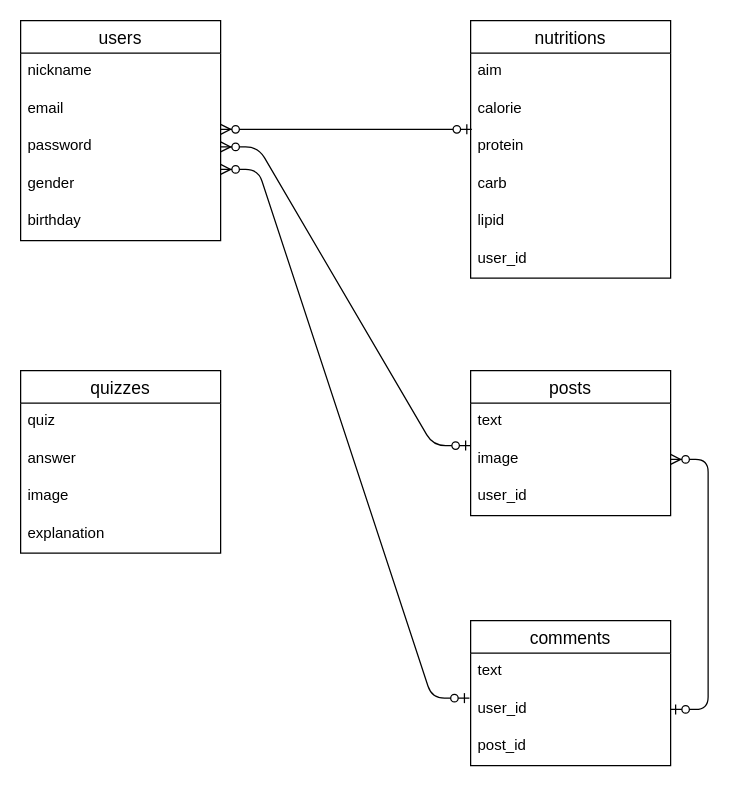
Before: ER.dio in kineeeecchi/original-37109, a draw.io diagram. Source tidied: cells renumbered, new cells numbered last; positions are measured from the earlier drawing's top-left corner, leaving out a move shared by most shapes. Both pictures are drawn from the tidied source at 125%, with x=0, y=0 at pixel (20, 20).
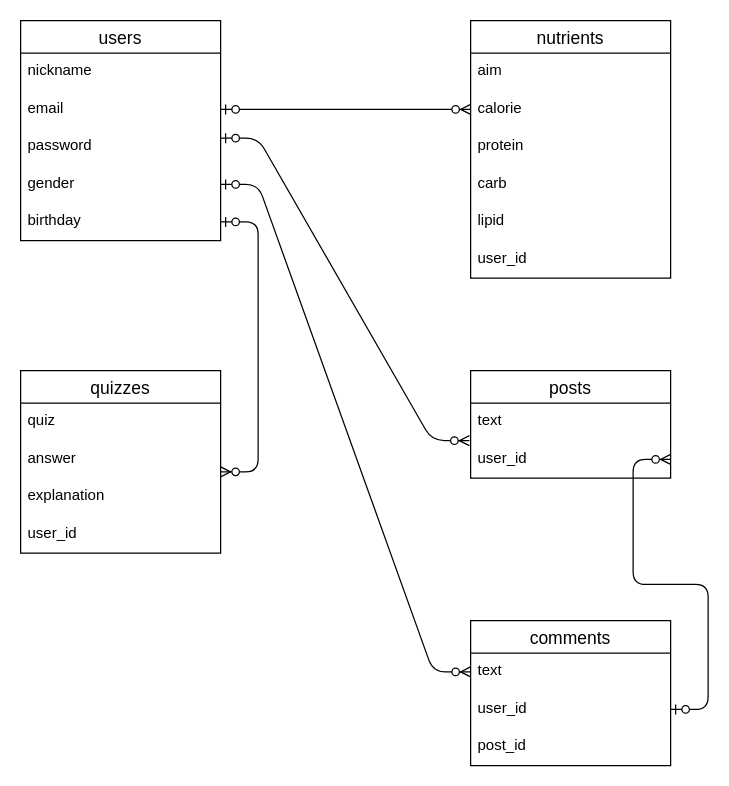
The same diagram, later.

Commit message (it also covers changes not shown here):
READMEの記述、ER図修正

Unchanged cells that the change refers to:
```xml
<mxCell id="4" value="calorie" style="text;strokeColor=none;fillColor=none;spacingLeft=4;spacingRight=4;overflow=hidden;points=[[0,0.5],[1,0.5]];portConstraint=eastwest;fontSize=12;" parent="2" vertex="1">
  <mxGeometry y="56" width="160" height="30" as="geometry" />
</mxCell>
<mxCell id="5" value="protein" style="text;strokeColor=none;fillColor=none;spacingLeft=4;spacingRight=4;overflow=hidden;points=[[0,0.5],[1,0.5]];portConstraint=eastwest;fontSize=12;" parent="2" vertex="1">
  <mxGeometry y="86" width="160" height="30" as="geometry" />
</mxCell>
<mxCell id="11" value="email" style="text;strokeColor=none;fillColor=none;spacingLeft=4;spacingRight=4;overflow=hidden;points=[[0,0.5],[1,0.5]];portConstraint=eastwest;fontSize=12;" parent="9" vertex="1">
  <mxGeometry y="56" width="160" height="30" as="geometry" />
</mxCell>
<mxCell id="12" value="password" style="text;strokeColor=none;fillColor=none;spacingLeft=4;spacingRight=4;overflow=hidden;points=[[0,0.5],[1,0.5]];portConstraint=eastwest;fontSize=12;" parent="9" vertex="1">
  <mxGeometry y="86" width="160" height="30" as="geometry" />
</mxCell>
<mxCell id="13" value="gender" style="text;strokeColor=none;fillColor=none;spacingLeft=4;spacingRight=4;overflow=hidden;points=[[0,0.5],[1,0.5]];portConstraint=eastwest;fontSize=12;" parent="9" vertex="1">
  <mxGeometry y="116" width="160" height="30" as="geometry" />
</mxCell>
<mxCell id="14" value="birthday" style="text;strokeColor=none;fillColor=none;spacingLeft=4;spacingRight=4;overflow=hidden;points=[[0,0.5],[1,0.5]];portConstraint=eastwest;fontSize=12;" parent="9" vertex="1">
  <mxGeometry y="146" width="160" height="30" as="geometry" />
</mxCell>
<mxCell id="15" value="quizzes" style="swimlane;fontStyle=0;horizontal=1;startSize=26;align=center;fontSize=14;" parent="1" vertex="1">
  <mxGeometry y="280" width="160" height="146" as="geometry" />
</mxCell>
<mxCell id="17" value="answer" style="text;strokeColor=none;fillColor=none;spacingLeft=4;spacingRight=4;overflow=hidden;points=[[0,0.5],[1,0.5]];portConstraint=eastwest;fontSize=12;" parent="15" vertex="1">
  <mxGeometry y="56" width="160" height="30" as="geometry" />
</mxCell>
<mxCell id="25" value="text" style="text;strokeColor=none;fillColor=none;spacingLeft=4;spacingRight=4;overflow=hidden;points=[[0,0.5],[1,0.5]];portConstraint=eastwest;fontSize=12;" parent="24" vertex="1">
  <mxGeometry y="26" width="160" height="30" as="geometry" />
</mxCell>
<mxCell id="26" value="user_id" style="text;strokeColor=none;fillColor=none;spacingLeft=4;spacingRight=4;overflow=hidden;points=[[0,0.5],[1,0.5]];portConstraint=eastwest;fontSize=12;" parent="24" vertex="1">
  <mxGeometry y="56" width="160" height="30" as="geometry" />
</mxCell>
```

The edit, as a diff of the source:
```diff
@@
-    <mxCell id="2" value="nutritions" style="swimlane;fontStyle=0;horizontal=1;startSize=26;align=center;fontSize=14;" parent="1" vertex="1">
+    <mxCell id="2" value="nutrients" style="swimlane;fontStyle=0;horizontal=1;startSize=26;align=center;fontSize=14;" parent="1" vertex="1">
       <mxGeometry x="360" width="160" height="206" as="geometry" />
     </mxCell>
@@
-    <mxCell id="18" value="image" style="text;strokeColor=none;fillColor=none;spacingLeft=4;spacingRight=4;overflow=hidden;fontSize=12;" parent="15" vertex="1">
-      <mxGeometry y="86" width="160" height="30" as="geometry" />
-    </mxCell>
     <mxCell id="19" value="explanation" style="text;strokeColor=none;fillColor=none;spacingLeft=4;spacingRight=4;overflow=hidden;fontSize=12;" parent="15" vertex="1">
-      <mxGeometry y="116" width="160" height="30" as="geometry" />
+      <mxGeometry y="86" width="160" height="30" as="geometry" />
     </mxCell>
+    <mxCell id="32" value="user_id" style="text;strokeColor=none;fillColor=none;spacingLeft=4;spacingRight=4;overflow=hidden;fontSize=12;" parent="15" vertex="1">
+      <mxGeometry y="116" width="160" height="30" as="geometry" />
+    </mxCell>
     <mxCell id="20" value="posts" style="swimlane;fontStyle=0;horizontal=1;startSize=26;align=center;fontSize=14;" parent="1" vertex="1">
-      <mxGeometry x="360" y="280" width="160" height="116" as="geometry" />
+      <mxGeometry x="360" y="280" width="160" height="86" as="geometry" />
     </mxCell>
@@
-    <mxCell id="22" value="image" style="text;strokeColor=none;fillColor=none;spacingLeft=4;spacingRight=4;overflow=hidden;points=[[0,0.5],[1,0.5]];portConstraint=eastwest;fontSize=12;" parent="20" vertex="1">
-      <mxGeometry y="56" width="160" height="30" as="geometry" />
-    </mxCell>
     <mxCell id="23" value="user_id" style="text;strokeColor=none;fillColor=none;spacingLeft=4;spacingRight=4;overflow=hidden;fontSize=12;" parent="20" vertex="1">
-      <mxGeometry y="86" width="160" height="30" as="geometry" />
+      <mxGeometry y="56" width="160" height="30" as="geometry" />
     </mxCell>
@@
-    <mxCell id="28" style="edgeStyle=entityRelationEdgeStyle;fontSize=12;html=1;endArrow=ERzeroToMany;startArrow=ERzeroToOne;entryX=1;entryY=0.033;entryDx=0;entryDy=0;entryPerimeter=0;exitX=0.006;exitY=0.033;exitDx=0;exitDy=0;exitPerimeter=0;" parent="1" edge="1" source="5" target="12">
+    <mxCell id="28" style="edgeStyle=entityRelationEdgeStyle;fontSize=12;html=1;endArrow=ERzeroToMany;startArrow=ERzeroToOne;exitX=1;exitY=0.5;exitDx=0;exitDy=0;entryX=0;entryY=0.5;entryDx=0;entryDy=0;" parent="1" edge="1" source="11" target="4">
       <mxGeometry relative="1" as="geometry" />
     </mxCell>
-    <mxCell id="29" style="edgeStyle=entityRelationEdgeStyle;fontSize=12;html=1;endArrow=ERzeroToMany;startArrow=ERzeroToOne;entryX=1;entryY=0.1;entryDx=0;entryDy=0;entryPerimeter=0;exitX=-0.006;exitY=0.2;exitDx=0;exitDy=0;exitPerimeter=0;" parent="1" edge="1" source="26" target="13">
+    <mxCell id="29" style="edgeStyle=entityRelationEdgeStyle;fontSize=12;html=1;endArrow=ERzeroToMany;startArrow=ERzeroToOne;exitX=1;exitY=0.5;exitDx=0;exitDy=0;entryX=0;entryY=0.5;entryDx=0;entryDy=0;" parent="1" edge="1" source="13" target="25">
       <mxGeometry relative="1" as="geometry" />
     </mxCell>
-    <mxCell id="30" style="edgeStyle=entityRelationEdgeStyle;fontSize=12;html=1;endArrow=ERzeroToMany;startArrow=ERzeroToOne;entryX=1;entryY=0.5;entryDx=0;entryDy=0;exitX=0;exitY=0.133;exitDx=0;exitDy=0;exitPerimeter=0;" parent="1" edge="1" source="22" target="12">
-      <mxGeometry relative="1" as="geometry" />
+    <mxCell id="30" style="edgeStyle=entityRelationEdgeStyle;fontSize=12;html=1;endArrow=ERzeroToMany;startArrow=ERzeroToOne;entryX=-0.006;entryY=0;entryDx=0;entryDy=0;entryPerimeter=0;" parent="1" edge="1">
+      <mxGeometry relative="1" as="geometry">
+        <mxPoint x="160" y="94" as="sourcePoint" />
+        <mxPoint x="359" y="336" as="targetPoint" />
+      </mxGeometry>
     </mxCell>
-    <mxCell id="31" style="edgeStyle=entityRelationEdgeStyle;fontSize=12;html=1;endArrow=ERzeroToMany;startArrow=ERzeroToOne;exitX=1;exitY=0.5;exitDx=0;exitDy=0;" parent="1" edge="1" source="26" target="22">
-      <mxGeometry relative="1" as="geometry" />
+    <mxCell id="31" style="edgeStyle=entityRelationEdgeStyle;fontSize=12;html=1;endArrow=ERzeroToMany;startArrow=ERzeroToOne;exitX=1;exitY=0.5;exitDx=0;exitDy=0;" parent="1" edge="1" source="26">
+      <mxGeometry relative="1" as="geometry">
+        <mxPoint x="520" y="351" as="targetPoint" />
+      </mxGeometry>
     </mxCell>
+    <mxCell id="33" style="edgeStyle=entityRelationEdgeStyle;fontSize=12;html=1;endArrow=ERzeroToMany;startArrow=ERzeroToOne;entryX=1;entryY=0.833;entryDx=0;entryDy=0;entryPerimeter=0;" parent="1" edge="1" source="14" target="17">
+      <mxGeometry relative="1" as="geometry" />
+    </mxCell>
```
